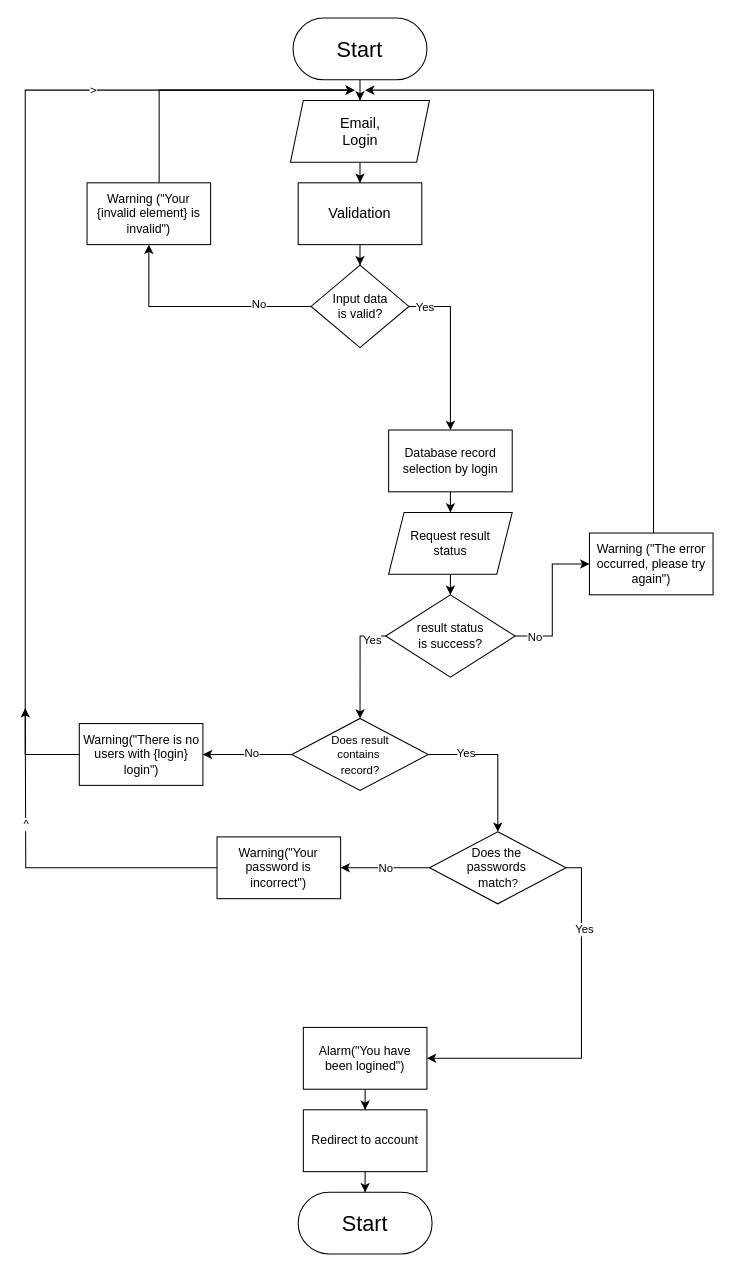
Before: Flowcharts/Sign In/SignIn.drawio in c0st1nus/Forum, a draw.io diagram. Source tidied: cells renumbered, new cells numbered last; positions are measured from the earlier drawing's top-left corner, leaving out a move shared by most shapes. Both pictures are drawn from the tidied source at 103%, with x=0, y=0 at pixel (25, 18).
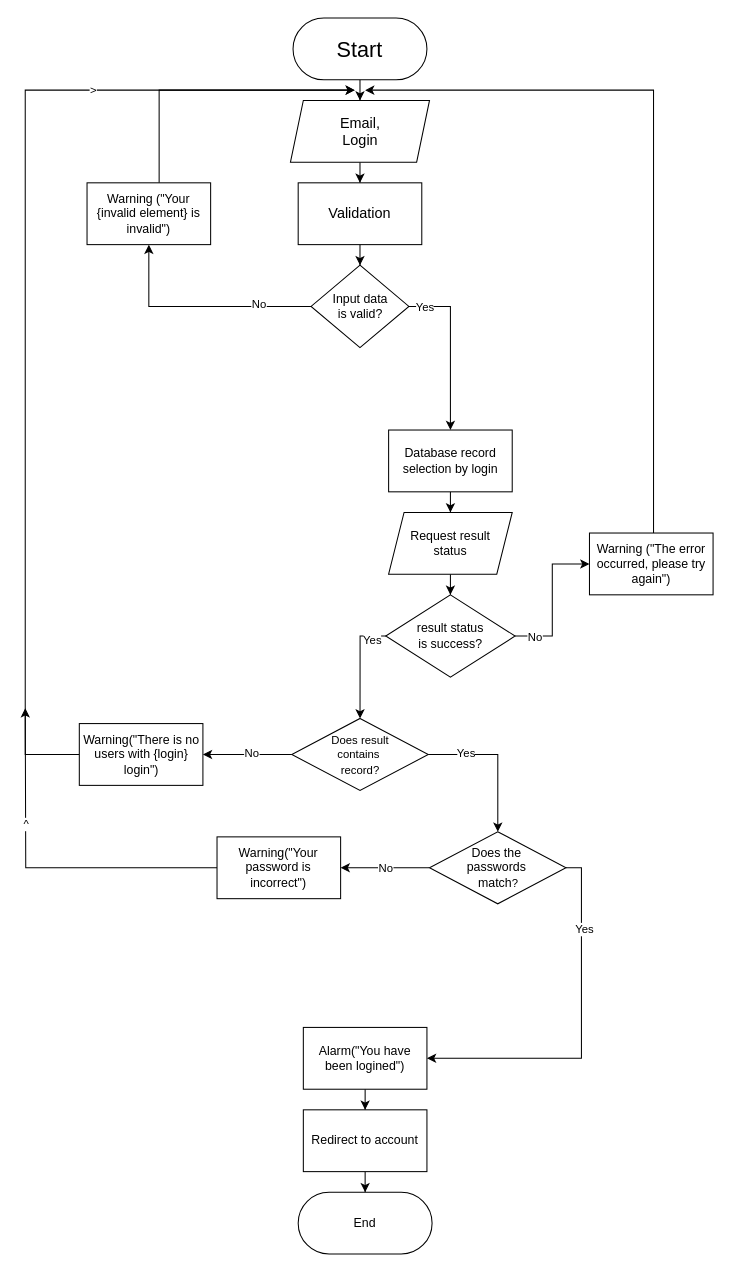
After the change.

Diff of the diagram source:
```diff
@@
-    <mxCell id="30" value="&lt;font style=&quot;font-size: 21px;&quot;&gt;Start&lt;/font&gt;" style="rounded=1;whiteSpace=wrap;html=1;glass=0;shadow=0;arcSize=50;" parent="1" vertex="1">
+    <mxCell id="30" value="End" style="rounded=1;whiteSpace=wrap;html=1;glass=0;shadow=0;arcSize=50;" parent="1" vertex="1">
       <mxGeometry x="265" y="1140" width="130" height="60" as="geometry" />
     </mxCell>
```
